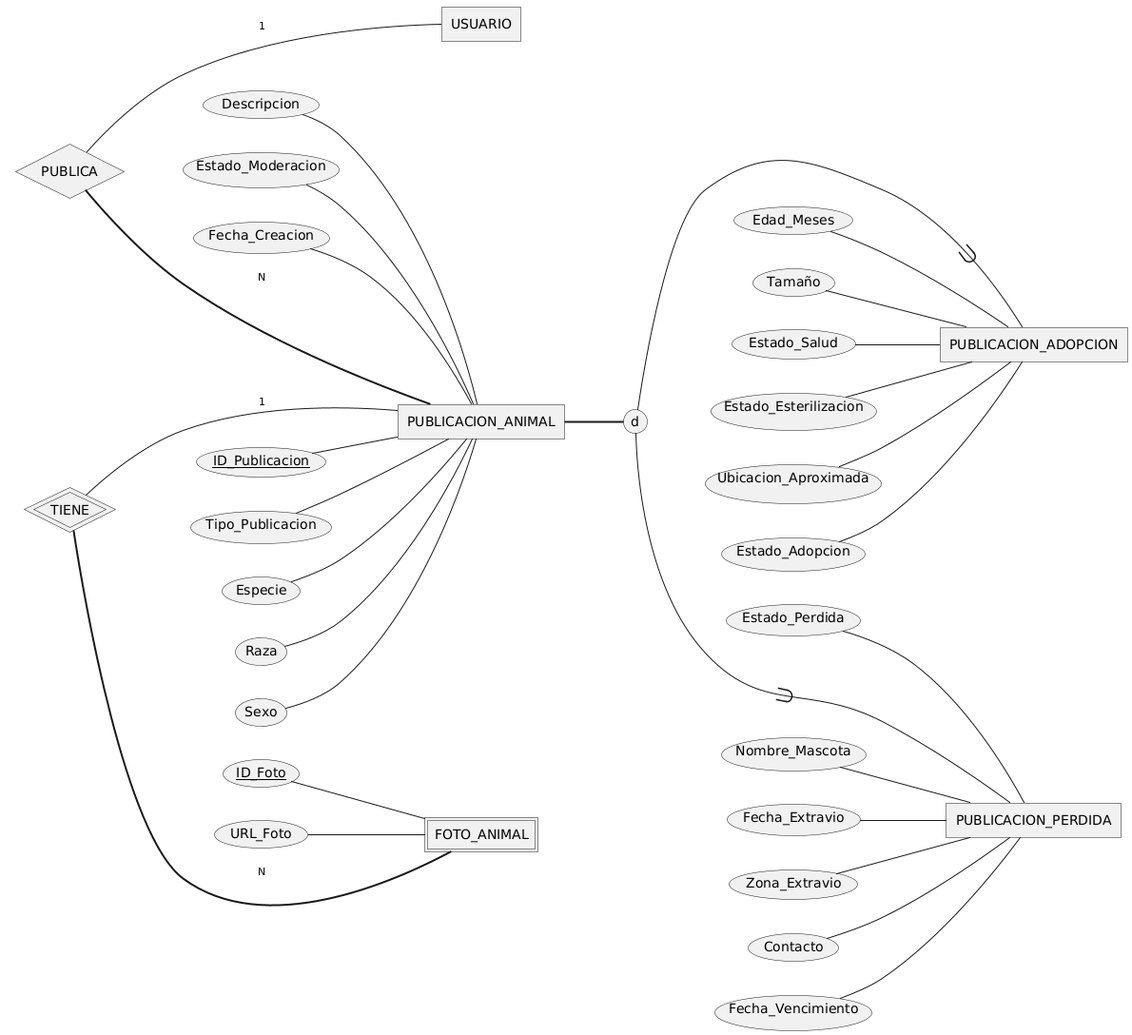
CodeCraftersITI/adoptauy keeps this PlantUML diagram as docs/diagramas/uml/mer-publicaciones.png. Above is the earlier version. Source of this version:
```plantuml
@startchen mer-publicaciones
skinparam defaultFontName DejaVu Sans
skinparam backgroundColor white
left to right direction
entity USUARIO {
}
entity PUBLICACION_ANIMAL {
  ID_Publicacion <<key>>
  Tipo_Publicacion
  Especie
  Raza
  Sexo
  Descripcion
  Estado_Moderacion
  Fecha_Creacion
}
entity PUBLICACION_ADOPCION {
  Edad_Meses
  Tamaño
  Estado_Salud
  Estado_Esterilizacion
  Ubicacion_Aproximada
  Estado_Adopcion
}
entity PUBLICACION_PERDIDA {
  Nombre_Mascota
  Fecha_Extravio
  Zona_Extravio
  Contacto
  Fecha_Vencimiento
  Estado_Perdida
}
entity FOTO_ANIMAL <<weak>> {
  ID_Foto <<key>>
  URL_Foto
}
PUBLICACION_ANIMAL =>= d { PUBLICACION_ADOPCION, PUBLICACION_PERDIDA }
relationship PUBLICA {
}
PUBLICA -1- USUARIO
PUBLICA =N= PUBLICACION_ANIMAL
relationship TIENE <<identifying>> {
}
TIENE -1- PUBLICACION_ANIMAL
TIENE =N= FOTO_ANIMAL
@endchen
```
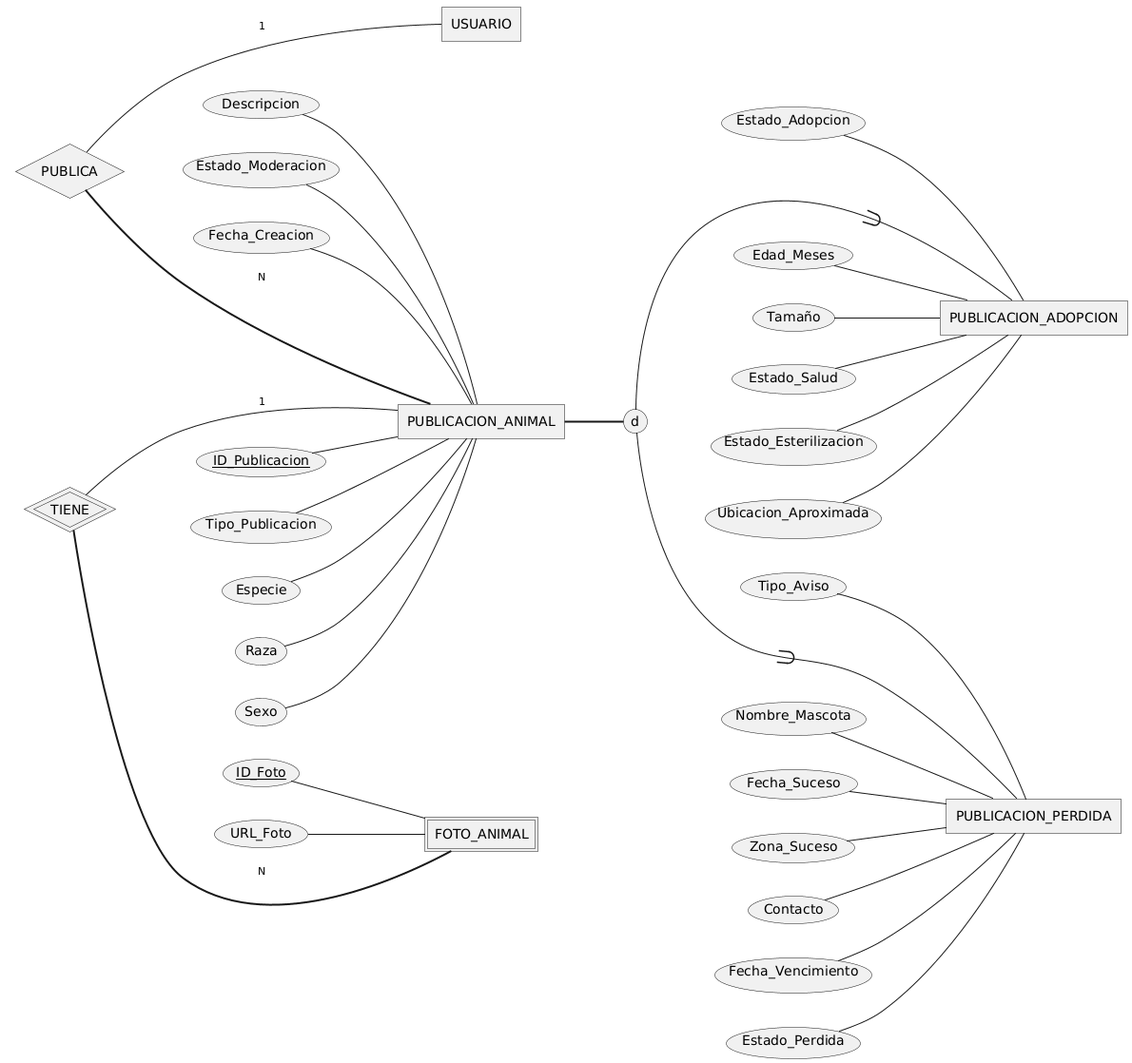
Above is the later version.

What changed in the source:
```diff
@@ -23,9 +23,10 @@
   Estado_Adopcion
 }
 entity PUBLICACION_PERDIDA {
+  Tipo_Aviso
   Nombre_Mascota
-  Fecha_Extravio
-  Zona_Extravio
+  Fecha_Suceso
+  Zona_Suceso
   Contacto
   Fecha_Vencimiento
   Estado_Perdida
```
